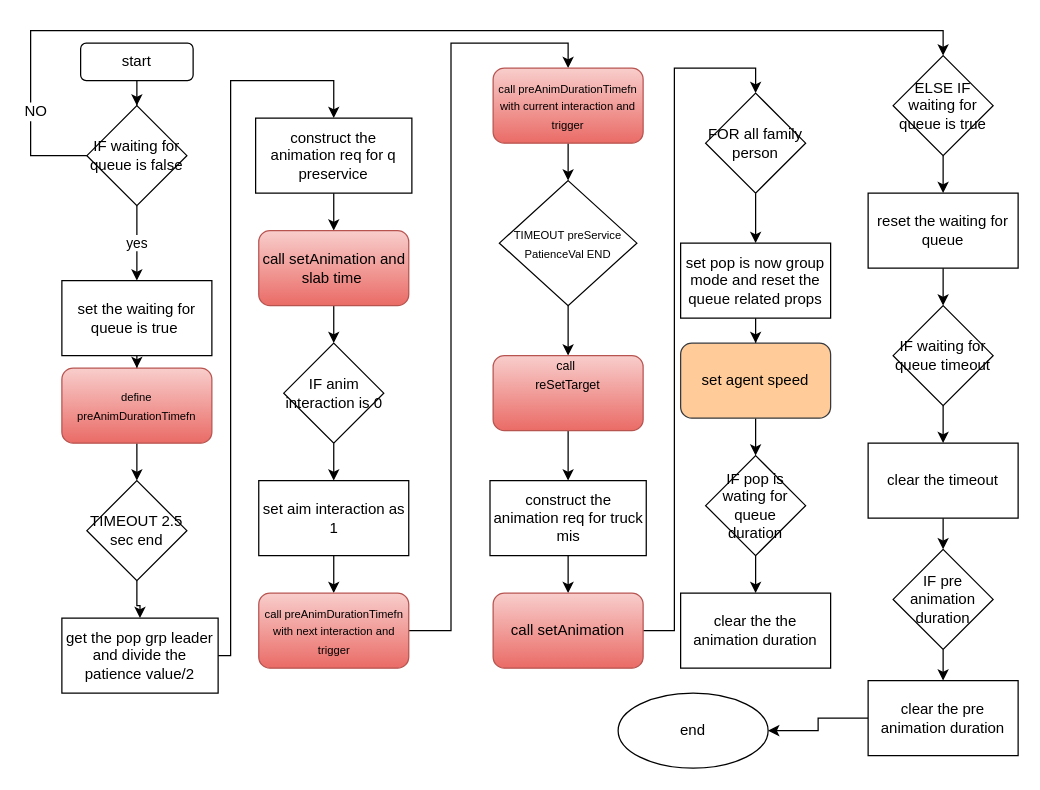
Before: people/settingsWaitingForQueueTimeOut.drawio in sivagit/diagrams, a draw.io diagram. Source tidied: cells renumbered, new cells numbered last; positions are measured from the earlier drawing's top-left corner, leaving out a move shared by most shapes. Both pictures are drawn from the tidied source at 125%, with x=0, y=0 at pixel (30, 30).
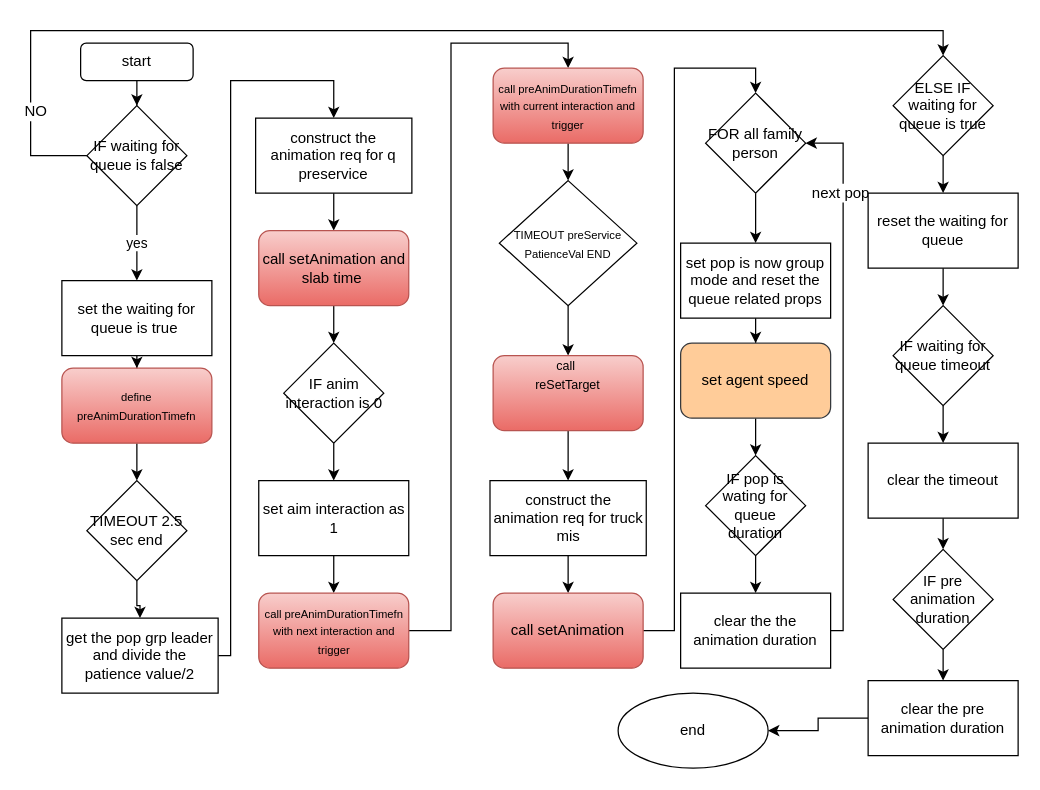
The same page after the edit.

The change refers to these unchanged cells:
```xml
<mxCell id="37" value="FOR all family person" style="rhombus;whiteSpace=wrap;html=1;fontSize=12;" parent="1" vertex="1">
  <mxGeometry x="540" y="50" width="80" height="80" as="geometry" />
</mxCell>
<mxCell id="44" value="clear the the animation duration" style="whiteSpace=wrap;html=1;" parent="1" vertex="1">
  <mxGeometry x="520" y="450" width="120" height="60" as="geometry" />
</mxCell>
```

Diff of the diagram source:
```diff
@@
+    <mxCell id="58" style="edgeStyle=orthogonalEdgeStyle;rounded=0;jettySize=auto;html=1;entryX=1;entryY=0.5;entryDx=0;entryDy=0;fontSize=12;" parent="1" edge="1" source="44" target="37">
+      <mxGeometry relative="1" as="geometry">
+        <Array as="points">
+          <mxPoint x="650" y="480" />
+          <mxPoint x="650" y="90" />
+        </Array>
+      </mxGeometry>
+    </mxCell>
+    <mxCell id="59" value="next pop" style="edgeLabel;html=1;align=center;verticalAlign=middle;fontSize=12;" parent="58" vertex="1">
+      <mxGeometry x="0.68" y="3" relative="1" as="geometry" />
+    </mxCell>
```
